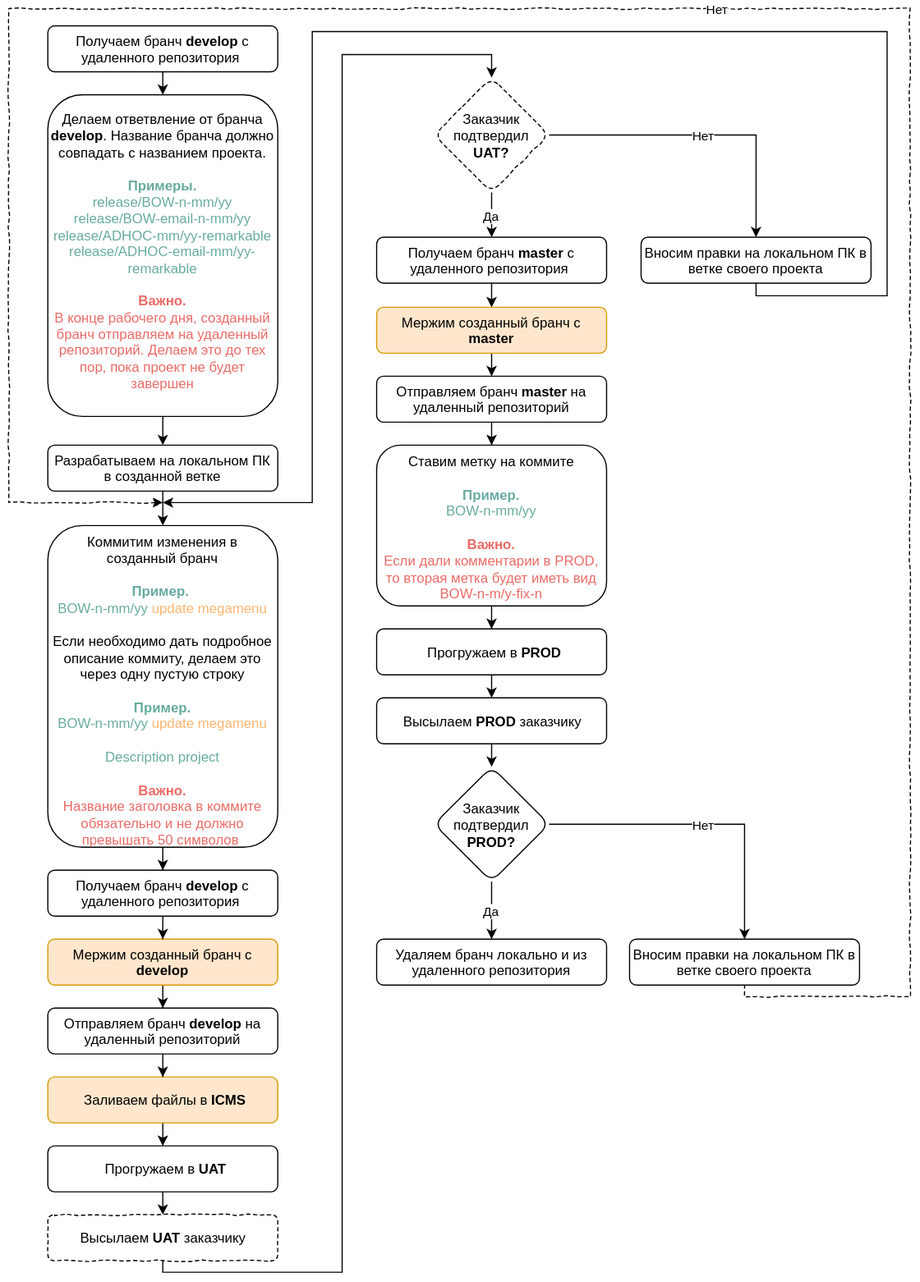
The draw.io diagram GIT roadmap.svg in biryukovkolya/upload-files, before a commit. Source tidied: cells renumbered, new cells last; positions are measured from the earlier drawing's top-left corner, leaving out a move shared by most shapes.
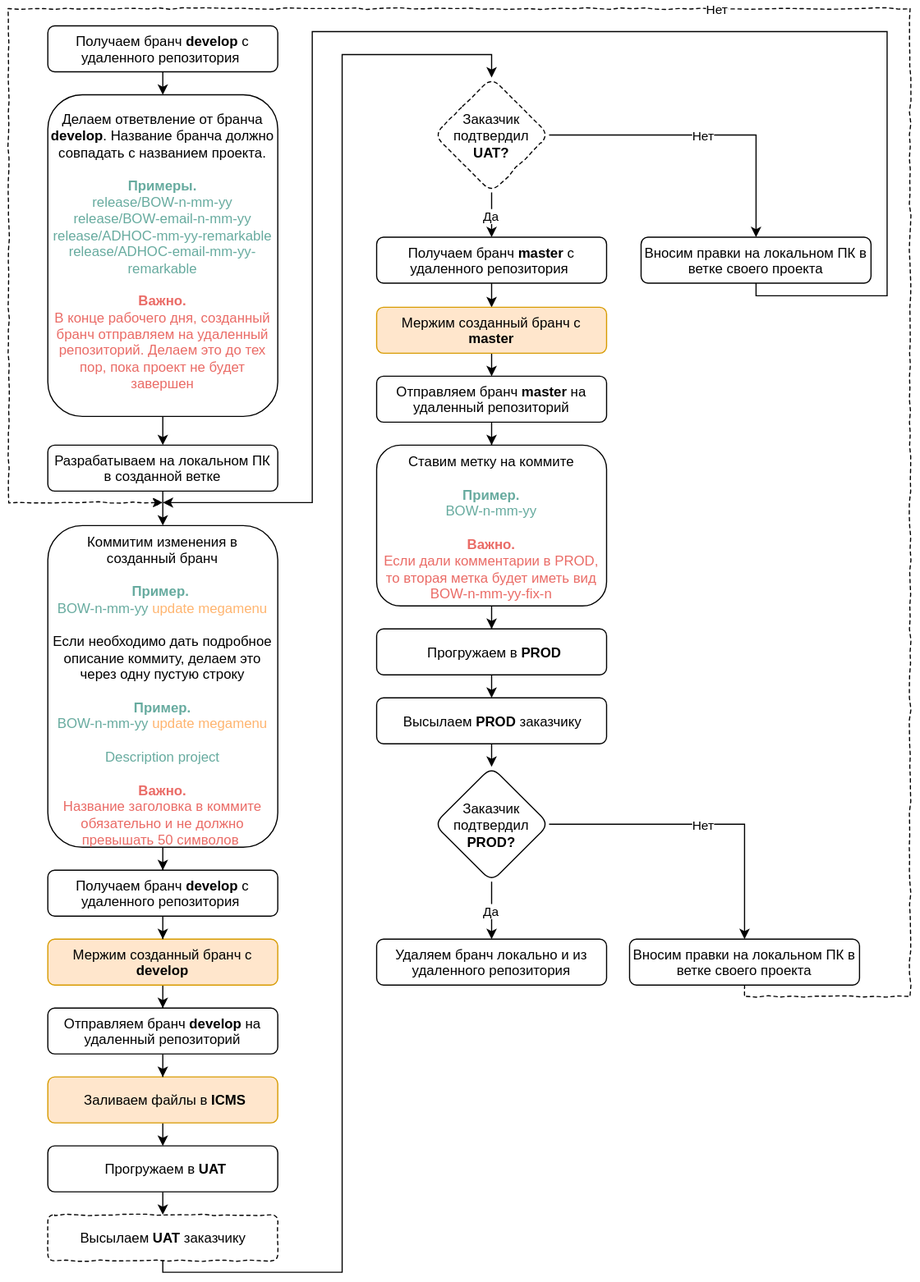
Later version of the same file.

The edit, as a diff of the source:
```diff
@@ -17,7 +17,7 @@
     <mxCell id="6" style="edgeStyle=orthogonalEdgeStyle;rounded=0;html=1;exitX=0.5;exitY=1;jettySize=auto;" parent="1" edge="1" source="7" target="13">
       <mxGeometry relative="1" as="geometry" />
     </mxCell>
-    <mxCell id="7" value="Коммитим изменения в созданный бранч&lt;br&gt;&lt;span style=&quot;color: rgb(103 , 171 , 159)&quot;&gt;&lt;br&gt;&lt;b&gt;Пример.&lt;/b&gt;&amp;nbsp;&lt;b&gt;&lt;br&gt;&lt;/b&gt;&lt;/span&gt;&lt;span style=&quot;color: rgb(103 , 171 , 159)&quot;&gt;BOW-n-mm/yy&amp;nbsp;&lt;/span&gt;&lt;font color=&quot;#ffb570&quot;&gt;update megamenu&lt;/font&gt;&lt;br&gt;&lt;br&gt;Если необходимо дать подробное описание&amp;nbsp;коммиту, делаем это через одну пустую строку&lt;br&gt;&lt;br&gt;&lt;font color=&quot;#67ab9f&quot;&gt;&lt;b&gt;Пример.&lt;br&gt;&lt;/b&gt;BOW-n-mm/yy&amp;nbsp;&lt;/font&gt;&lt;font color=&quot;#ffb570&quot;&gt;update megamenu&lt;/font&gt;&lt;br&gt;&lt;br&gt;&lt;font color=&quot;#67ab9f&quot;&gt;Description project&lt;/font&gt;&lt;br&gt;&lt;b&gt;&lt;br&gt;&lt;font color=&quot;#ea6b66&quot;&gt;Важно.&lt;/font&gt;&lt;/b&gt;&lt;font color=&quot;#ea6b66&quot;&gt; &lt;br&gt;Название заголовка в коммите обязательно и не должно превышать 50 символов&amp;nbsp;&lt;/font&gt;&lt;br&gt;" style="rounded=1;whiteSpace=wrap;html=1;spacing=3;" parent="1" vertex="1">
+    <mxCell id="7" value="Коммитим изменения в созданный бранч&lt;br&gt;&lt;span style=&quot;color: rgb(103 , 171 , 159)&quot;&gt;&lt;br&gt;&lt;b&gt;Пример.&lt;/b&gt;&amp;nbsp;&lt;b&gt;&lt;br&gt;&lt;/b&gt;&lt;/span&gt;&lt;span style=&quot;color: rgb(103 , 171 , 159)&quot;&gt;BOW-n-mm-yy&amp;nbsp;&lt;/span&gt;&lt;font color=&quot;#ffb570&quot;&gt;update megamenu&lt;/font&gt;&lt;br&gt;&lt;br&gt;Если необходимо дать подробное описание&amp;nbsp;коммиту, делаем это через одну пустую строку&lt;br&gt;&lt;br&gt;&lt;font color=&quot;#67ab9f&quot;&gt;&lt;b&gt;Пример.&lt;br&gt;&lt;/b&gt;BOW-n-mm-yy&amp;nbsp;&lt;/font&gt;&lt;font color=&quot;#ffb570&quot;&gt;update megamenu&lt;/font&gt;&lt;br&gt;&lt;br&gt;&lt;font color=&quot;#67ab9f&quot;&gt;Description project&lt;/font&gt;&lt;br&gt;&lt;b&gt;&lt;br&gt;&lt;font color=&quot;#ea6b66&quot;&gt;Важно.&lt;/font&gt;&lt;/b&gt;&lt;font color=&quot;#ea6b66&quot;&gt; &lt;br&gt;Название заголовка в коммите обязательно и не должно превышать 50 символов&amp;nbsp;&lt;/font&gt;&lt;br&gt;" style="rounded=1;whiteSpace=wrap;html=1;spacing=3;" parent="1" vertex="1">
       <mxGeometry x="34" y="450" width="200" height="280" as="geometry" />
     </mxCell>
     <mxCell id="8" style="edgeStyle=orthogonalEdgeStyle;rounded=0;html=1;exitX=0.5;exitY=1;jettySize=auto;" parent="1" edge="1" source="9" target="36">
@@ -29,7 +29,7 @@
     <mxCell id="10" style="edgeStyle=orthogonalEdgeStyle;rounded=0;comic=0;html=1;exitX=0.5;exitY=1;entryX=0.5;entryY=0;jettySize=auto;" parent="1" edge="1" source="11" target="5">
       <mxGeometry relative="1" as="geometry" />
     </mxCell>
-    <mxCell id="11" value="Делаем ответвление от бранча &lt;b&gt;develop&lt;/b&gt;. Название бранча должно совпадать с названием проекта.&lt;br&gt;&lt;font color=&quot;#67ab9f&quot;&gt;&lt;br&gt;&lt;b&gt;Примеры.&lt;br&gt;&lt;/b&gt;release/BOW-n-mm/yy&lt;/font&gt;&lt;font color=&quot;#67ab9f&quot;&gt;&lt;br&gt;release/BOW-email-n-mm/yy&lt;br&gt;release/ADHOC-mm/yy-remarkable&lt;/font&gt;&lt;br&gt;&lt;font color=&quot;#67ab9f&quot;&gt;release/ADHOC-email-mm/yy-remarkable&lt;/font&gt;&lt;font color=&quot;#67ab9f&quot;&gt;&lt;br&gt;&lt;br&gt;&lt;/font&gt;&lt;font color=&quot;#ea6b66&quot;&gt;&lt;b&gt;Важно.&lt;br&gt;&lt;/b&gt;В конце рабочего дня, созданный бранч отправляем на удаленный репозиторий. Делаем это до тех пор, пока проект не будет завершен&lt;/font&gt;&lt;b&gt;&lt;font color=&quot;#67ab9f&quot;&gt;&lt;br&gt;&lt;/font&gt;&lt;/b&gt;" style="rounded=1;whiteSpace=wrap;html=1;spacingRight=0;spacingLeft=0;spacing=3;" parent="1" vertex="1">
+    <mxCell id="11" value="Делаем ответвление от бранча &lt;b&gt;develop&lt;/b&gt;. Название бранча должно совпадать с названием проекта.&lt;br&gt;&lt;font color=&quot;#67ab9f&quot;&gt;&lt;br&gt;&lt;b&gt;Примеры.&lt;br&gt;&lt;/b&gt;release/BOW-n-mm-yy&lt;/font&gt;&lt;font color=&quot;#67ab9f&quot;&gt;&lt;br&gt;release/BOW-email-n-mm-yy&lt;br&gt;release/ADHOC-mm-yy-remarkable&lt;/font&gt;&lt;br&gt;&lt;font color=&quot;#67ab9f&quot;&gt;release/ADHOC-email-mm-yy-remarkable&lt;/font&gt;&lt;font color=&quot;#67ab9f&quot;&gt;&lt;br&gt;&lt;br&gt;&lt;/font&gt;&lt;font color=&quot;#ea6b66&quot;&gt;&lt;b&gt;Важно.&lt;br&gt;&lt;/b&gt;В конце рабочего дня, созданный бранч отправляем на удаленный репозиторий. Делаем это до тех пор, пока проект не будет завершен&lt;/font&gt;&lt;b&gt;&lt;font color=&quot;#67ab9f&quot;&gt;&lt;br&gt;&lt;/font&gt;&lt;/b&gt;" style="rounded=1;whiteSpace=wrap;html=1;spacingRight=0;spacingLeft=0;spacing=3;" parent="1" vertex="1">
       <mxGeometry x="34" y="75" width="200" height="280" as="geometry" />
     </mxCell>
     <mxCell id="12" style="edgeStyle=orthogonalEdgeStyle;rounded=0;html=1;exitX=0.5;exitY=1;jettySize=auto;" parent="1" edge="1" source="13" target="9">
@@ -140,7 +140,7 @@
     <mxCell id="41" style="edgeStyle=orthogonalEdgeStyle;rounded=0;comic=0;html=1;exitX=0.5;exitY=1;jettySize=auto;" parent="1" edge="1" source="42" target="28">
       <mxGeometry relative="1" as="geometry" />
     </mxCell>
-    <mxCell id="42" value="Ставим метку на коммите&lt;br&gt;&lt;font color=&quot;#67ab9f&quot;&gt;&lt;br&gt;&lt;b&gt;Пример.&lt;br&gt;&lt;/b&gt;BOW-n-mm/yy&lt;br&gt;&lt;/font&gt;&lt;br&gt;&lt;font color=&quot;#ea6b66&quot;&gt;&lt;b&gt;Важно.&lt;/b&gt;&lt;br&gt;&lt;span&gt;Если дали комментарии в PROD, то вторая метка будет&amp;nbsp;иметь вид&lt;/span&gt;&lt;br&gt;&lt;span&gt;BOW-n-m/y-fix-n&lt;/span&gt;&lt;/font&gt;&lt;br&gt;" style="rounded=1;whiteSpace=wrap;html=1;spacing=3;" parent="1" vertex="1">
+    <mxCell id="42" value="Ставим метку на коммите&lt;br&gt;&lt;font color=&quot;#67ab9f&quot;&gt;&lt;br&gt;&lt;b&gt;Пример.&lt;br&gt;&lt;/b&gt;BOW-n-mm-yy&lt;br&gt;&lt;/font&gt;&lt;br&gt;&lt;font color=&quot;#ea6b66&quot;&gt;&lt;b&gt;Важно.&lt;/b&gt;&lt;br&gt;&lt;span&gt;Если дали комментарии в PROD, то вторая метка будет&amp;nbsp;иметь вид&lt;/span&gt;&lt;br&gt;&lt;span&gt;BOW-n-mm-yy-fix-n&lt;/span&gt;&lt;/font&gt;&lt;br&gt;" style="rounded=1;whiteSpace=wrap;html=1;spacing=3;" parent="1" vertex="1">
       <mxGeometry x="320" y="380" width="200" height="140" as="geometry" />
     </mxCell>
     <mxCell id="43" style="edgeStyle=orthogonalEdgeStyle;rounded=0;comic=0;html=1;exitX=0.5;exitY=1;jettySize=auto;" parent="1" edge="1" source="44">
```
